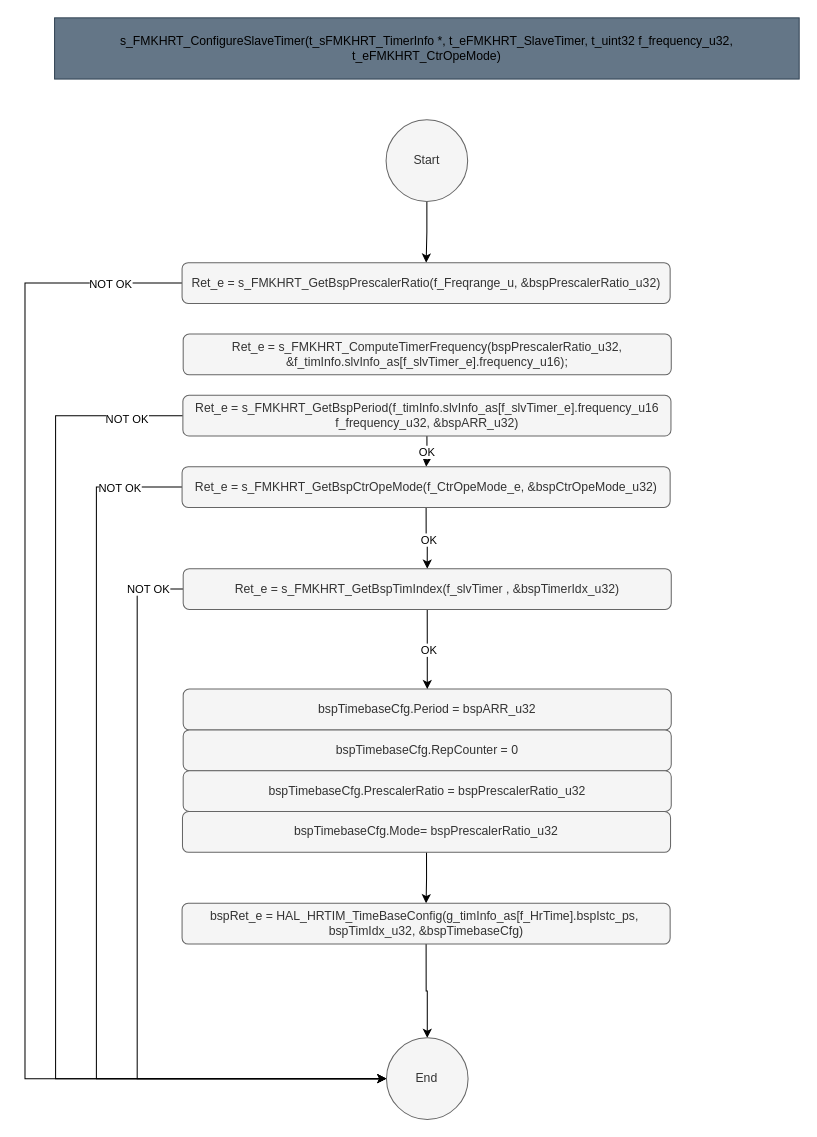
This is page "CfgSlvTimer" (7 of 9) of src/1_FMK/FMK_HAL/FMK_HRT/Doc/Design/DesognFMKHRTIM.drawio from mbarbeau0545/Embedded_Common, a draw.io file, before an edit. Source tidied: cells renumbered, new cells numbered last; positions are measured from the earlier drawing's top-left corner, leaving out a move shared by most shapes. Both pictures are drawn from the tidied source at 102%, with x=0, y=0 at pixel (24, 17).
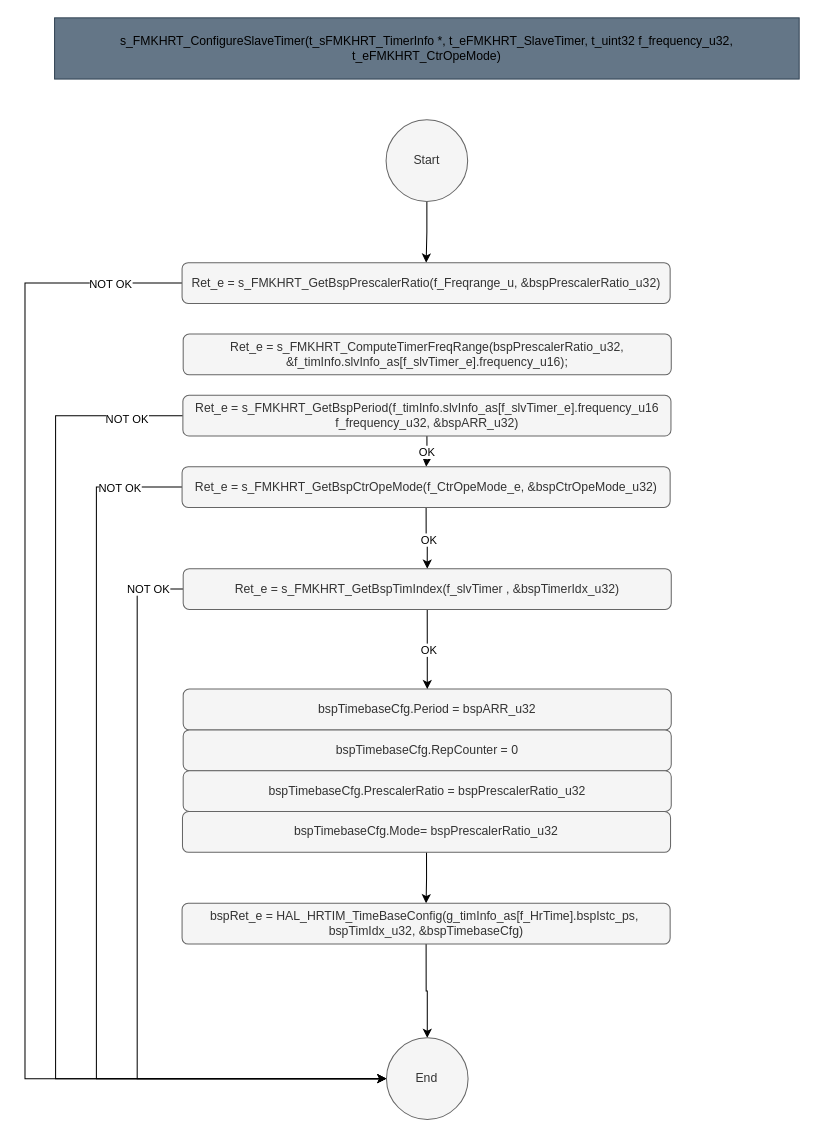
Above is the later version.

Diff of the diagram source:
```diff
@@
-    <mxCell id="31" value="Ret_e = s_FMKHRT_ComputeTimerFrequency(bspPrescalerRatio_u32, &amp;amp;f_timInfo.slvInfo_as[f_slvTimer_e].frequency_u16);" style="rounded=1;whiteSpace=wrap;html=1;fillColor=#f5f5f5;fontColor=#333333;strokeColor=#666666;" parent="1" vertex="1">
+    <mxCell id="31" value="Ret_e = s_FMKHRT_ComputeTimerFreqRange(bspPrescalerRatio_u32, &amp;amp;f_timInfo.slvInfo_as[f_slvTimer_e].frequency_u16);" style="rounded=1;whiteSpace=wrap;html=1;fillColor=#f5f5f5;fontColor=#333333;strokeColor=#666666;" parent="1" vertex="1">
       <mxGeometry x="155.1" y="310" width="478.5" height="40" as="geometry" />
     </mxCell>
```
